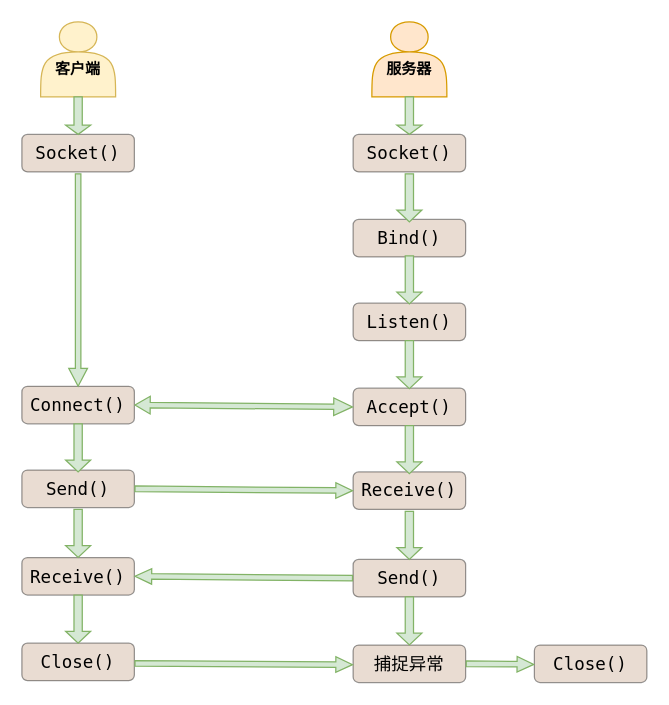
Earlier version of the draw.io diagram TCP Socket.drawio (hhw-cainiao/draw). Source tidied: cells renumbered, new cells numbered last; positions are measured from the earlier drawing's top-left corner, leaving out a move shared by most shapes. Both pictures are drawn from the tidied source at 125%, with x=0, y=0 at pixel (21, 21).
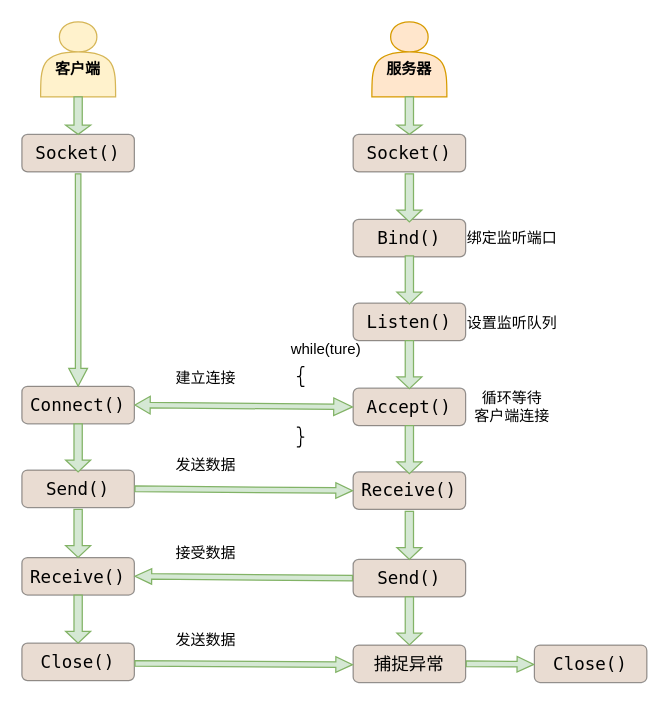
The same page after the edit.

The edit, as a diff of the source:
```diff
@@
+    <mxCell id="34" value="绑定监听端口" style="text;html=1;strokeColor=none;fillColor=none;align=center;verticalAlign=middle;whiteSpace=wrap;rounded=0;fontFamily=Lucida Console;" parent="1" vertex="1">
+      <mxGeometry x="355" y="158" width="75" height="30" as="geometry" />
+    </mxCell>
+    <mxCell id="35" value="设置监听队列" style="text;html=1;strokeColor=none;fillColor=none;align=center;verticalAlign=middle;whiteSpace=wrap;rounded=0;fontFamily=Lucida Console;" parent="1" vertex="1">
+      <mxGeometry x="355" y="225.8" width="75" height="30" as="geometry" />
+    </mxCell>
+    <mxCell id="36" value="&lt;div&gt;循环等待&lt;/div&gt;&lt;div&gt;客户端连接&lt;/div&gt;" style="text;html=1;strokeColor=none;fillColor=none;align=center;verticalAlign=middle;whiteSpace=wrap;rounded=0;fontFamily=Lucida Console;" parent="1" vertex="1">
+      <mxGeometry x="355" y="293" width="75" height="30" as="geometry" />
+    </mxCell>
+    <mxCell id="37" value="建立连接" style="text;html=1;strokeColor=none;fillColor=none;align=center;verticalAlign=middle;whiteSpace=wrap;rounded=0;fontFamily=Lucida Console;" parent="1" vertex="1">
+      <mxGeometry x="110" y="270" width="75" height="30" as="geometry" />
+    </mxCell>
+    <mxCell id="38" value="发送数据" style="text;html=1;strokeColor=none;fillColor=none;align=center;verticalAlign=middle;whiteSpace=wrap;rounded=0;fontFamily=Lucida Console;" parent="1" vertex="1">
+      <mxGeometry x="110" y="340" width="75" height="30" as="geometry" />
+    </mxCell>
+    <mxCell id="39" value="接受数据" style="text;html=1;strokeColor=none;fillColor=none;align=center;verticalAlign=middle;whiteSpace=wrap;rounded=0;fontFamily=Lucida Console;" parent="1" vertex="1">
+      <mxGeometry x="110" y="410" width="75" height="30" as="geometry" />
+    </mxCell>
+    <mxCell id="40" value="发送数据" style="text;html=1;strokeColor=none;fillColor=none;align=center;verticalAlign=middle;whiteSpace=wrap;rounded=0;fontFamily=Lucida Console;" parent="1" vertex="1">
+      <mxGeometry x="110" y="480" width="75" height="30" as="geometry" />
+    </mxCell>
+    <mxCell id="41" style="shape=curlyBracket;whiteSpace=wrap;html=1;rounded=1;labelPosition=left;verticalLabelPosition=middle;align=right;verticalAlign=middle;size=0.5;" parent="1" vertex="1">
+      <mxGeometry x="220" y="275.8" width="6" height="15.8" as="geometry" />
+    </mxCell>
+    <mxCell id="42" style="shape=curlyBracket;whiteSpace=wrap;html=1;rounded=1;flipH=1;labelPosition=right;verticalLabelPosition=middle;align=left;verticalAlign=middle;size=0.5;" parent="1" vertex="1">
+      <mxGeometry x="220" y="324.2" width="6" height="15.8" as="geometry" />
+    </mxCell>
+    <mxCell id="43" value="while(ture)" style="text;html=1;strokeColor=none;fillColor=none;align=center;verticalAlign=middle;whiteSpace=wrap;rounded=0;" parent="1" vertex="1">
+      <mxGeometry x="226" y="253.2" width="35" height="16.8" as="geometry" />
+    </mxCell>
```
